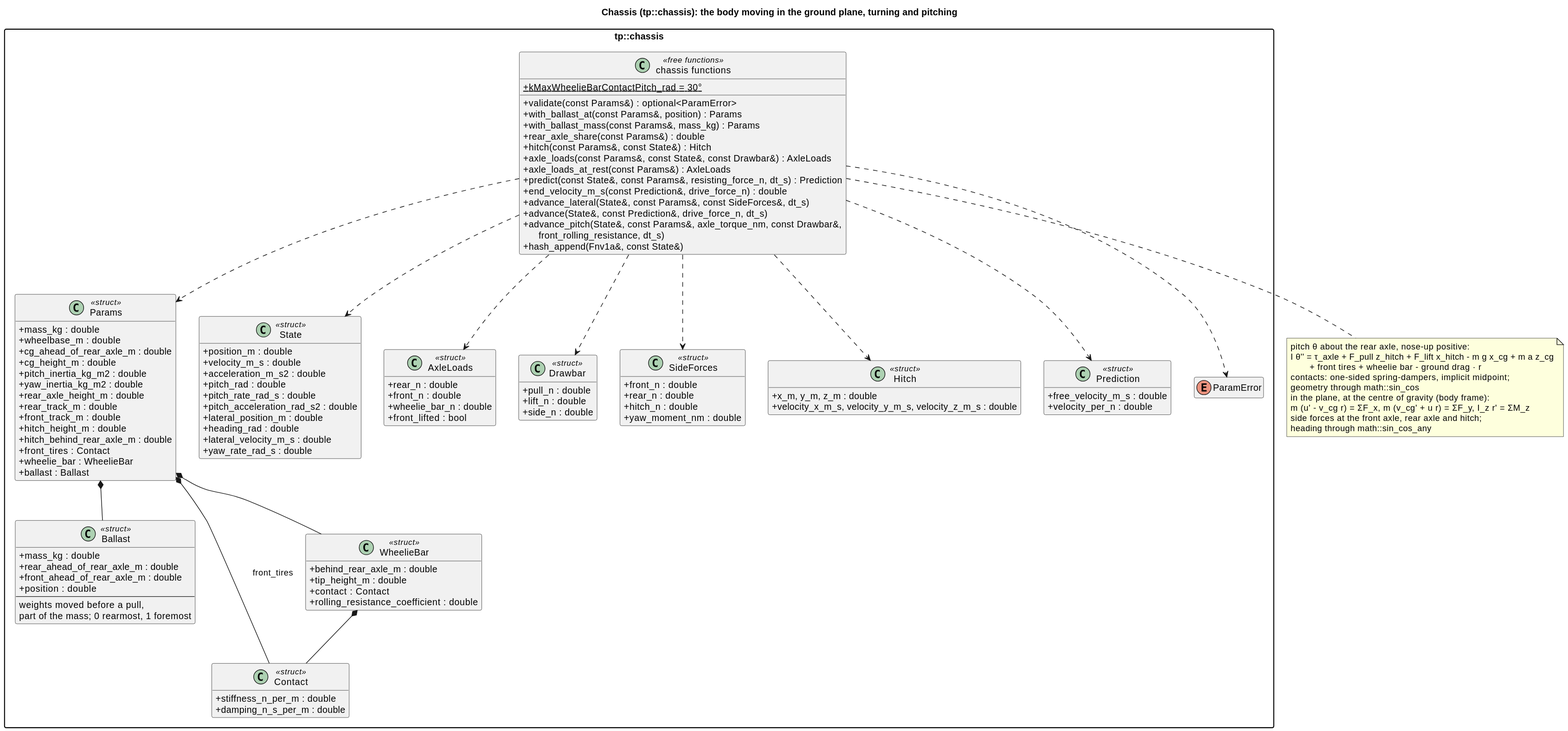
This is docs/diagrams/svg/chassis_classes.svg from wversteeg/TractorPulling, a PlantUML export, as it was before one commit.
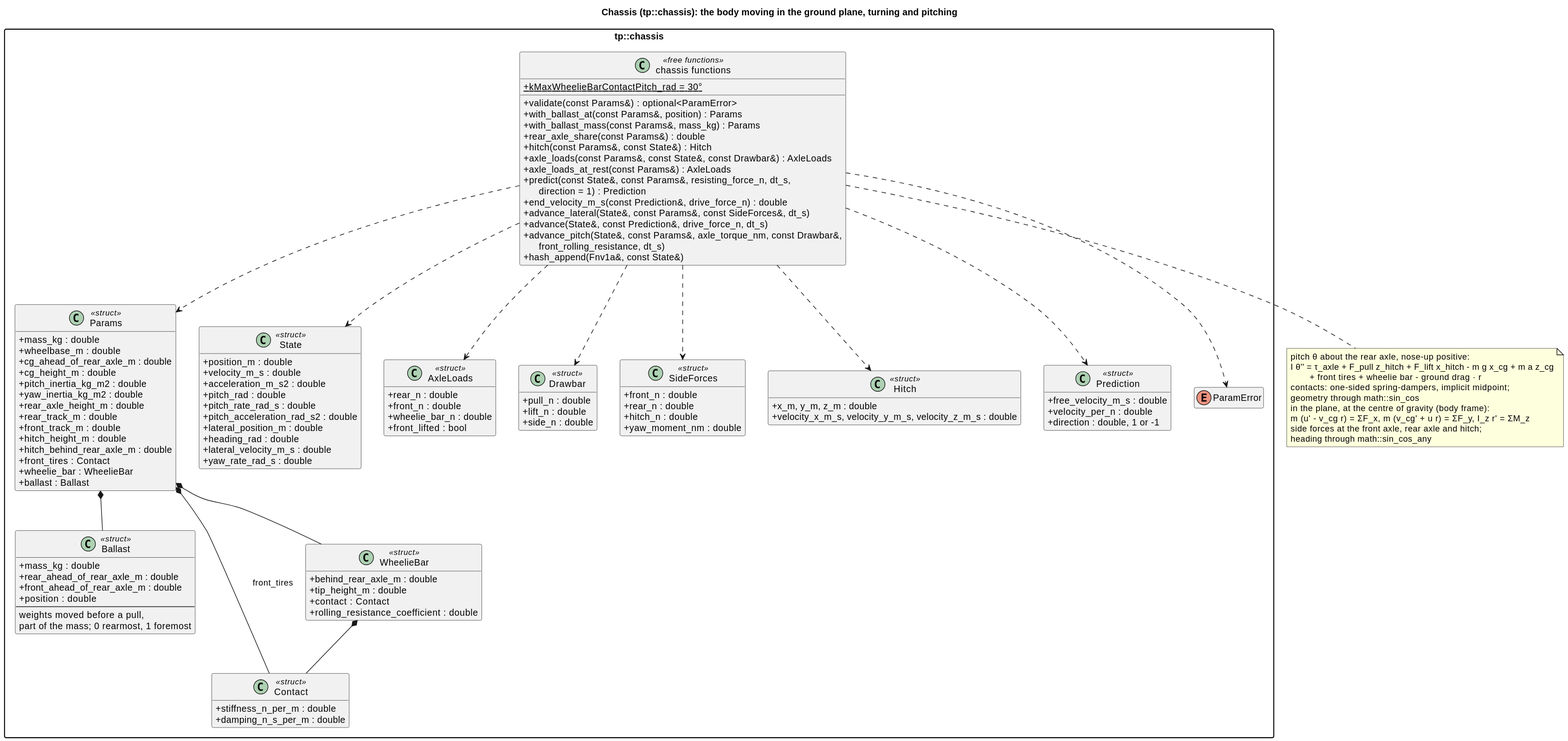
The same diagram one commit later.

The edit, as a diff of the source:
```diff
@@ -76,6 +76,7 @@
   class Prediction <<struct>> {
     +free_velocity_m_s : double
     +velocity_per_n : double
+    +direction : double, 1 or -1
   }
   enum ParamError
   class "chassis functions" as ChassisFns <<free functions>> {
@@ -87,7 +88,7 @@
     +hitch(const Params&, const State&) : Hitch
     +axle_loads(const Params&, const State&, const Drawbar&) : AxleLoads
     +axle_loads_at_rest(const Params&) : AxleLoads
-    +predict(const State&, const Params&, resisting_force_n, dt_s) : Prediction
+    +predict(const State&, const Params&, resisting_force_n, dt_s,\n      direction = 1) : Prediction
     +end_velocity_m_s(const Prediction&, drive_force_n) : double
     +advance_lateral(State&, const Params&, const SideForces&, dt_s)
     +advance(State&, const Prediction&, drive_force_n, dt_s)
```
